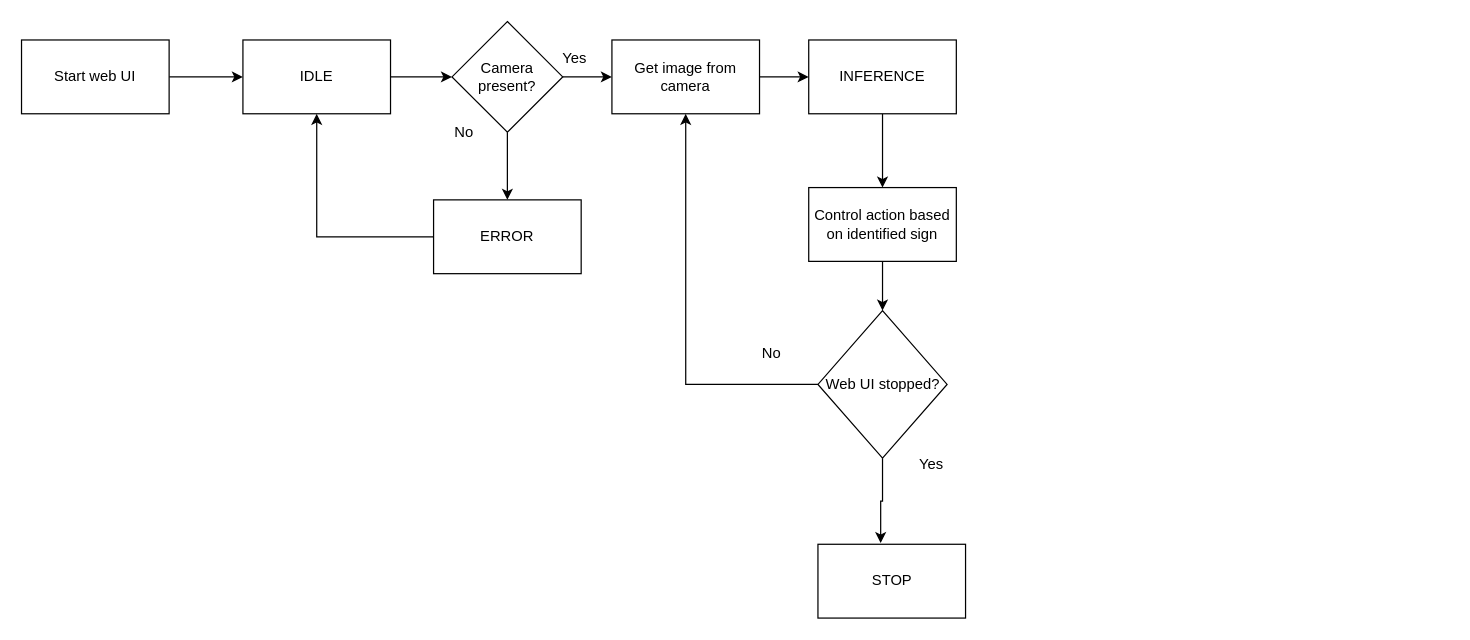
Above: docs/state_machine.drawio in gabi200/proiect-rn (draw.io), before the change. Source tidied: cells renumbered, new cells numbered last; positions are measured from the earlier drawing's top-left corner, leaving out a move shared by most shapes. Both pictures are drawn from the tidied source at 123%, with x=0, y=0 at pixel (21, 21).
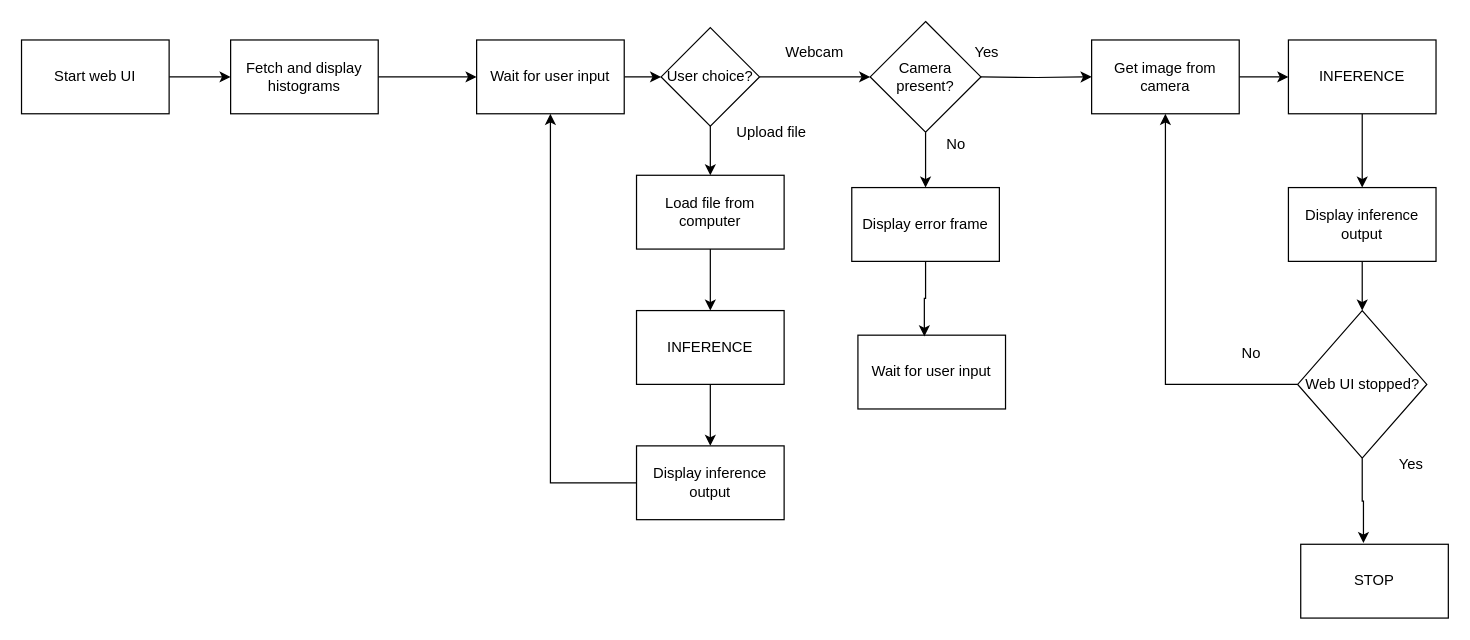
The same diagram, later.

The change refers to these unchanged cells:
```xml
<mxCell id="3" value="Start web UI" style="rounded=0;whiteSpace=wrap;html=1;" parent="1" vertex="1">
  <mxGeometry y="15" width="120" height="60" as="geometry" />
</mxCell>
```

The edit, as a diff of the source:
```diff
@@
-    <mxCell id="2" style="edgeStyle=orthogonalEdgeStyle;rounded=0;jettySize=auto;html=1;entryX=0;entryY=0.5;entryDx=0;entryDy=0;" parent="1" edge="1" source="3" target="5">
-      <mxGeometry relative="1" as="geometry" />
-    </mxCell>
+    <mxCell id="25" style="edgeStyle=orthogonalEdgeStyle;rounded=0;jettySize=auto;html=1;entryX=0;entryY=0.5;entryDx=0;entryDy=0;" parent="1" edge="1" source="3" target="27">
+      <mxGeometry relative="1" as="geometry" />
+    </mxCell>
@@
-    <mxCell id="4" style="edgeStyle=orthogonalEdgeStyle;rounded=0;jettySize=auto;html=1;entryX=0;entryY=0.5;entryDx=0;entryDy=0;" parent="1" edge="1" source="5" target="20">
-      <mxGeometry relative="1" as="geometry" />
-    </mxCell>
-    <mxCell id="5" value="IDLE" style="rounded=0;whiteSpace=wrap;html=1;" parent="1" vertex="1">
-      <mxGeometry x="180" y="15" width="120" height="60" as="geometry" />
-    </mxCell>
@@
     <mxCell id="7" value="Get image from camera" style="rounded=0;whiteSpace=wrap;html=1;" parent="1" vertex="1">
-      <mxGeometry x="480" y="15" width="120" height="60" as="geometry" />
+      <mxGeometry x="870" y="15" width="120" height="60" as="geometry" />
     </mxCell>
@@
     <mxCell id="9" value="INFERENCE" style="rounded=0;whiteSpace=wrap;html=1;" parent="1" vertex="1">
-      <mxGeometry x="640" y="15" width="120" height="60" as="geometry" />
+      <mxGeometry x="1030" y="15" width="120" height="60" as="geometry" />
     </mxCell>
@@
-    <mxCell id="11" value="Control action based on identified sign" style="rounded=0;whiteSpace=wrap;html=1;" parent="1" vertex="1">
-      <mxGeometry x="640" y="135" width="120" height="60" as="geometry" />
+    <mxCell id="11" value="Display inference output" style="rounded=0;whiteSpace=wrap;html=1;" parent="1" vertex="1">
+      <mxGeometry x="1030" y="135" width="120" height="60" as="geometry" />
     </mxCell>
@@
     <mxCell id="13" value="Web UI stopped?" style="rhombus;whiteSpace=wrap;html=1;" parent="1" vertex="1">
-      <mxGeometry x="647.5" y="235" width="105" height="120" as="geometry" />
+      <mxGeometry x="1037.5" y="235" width="105" height="120" as="geometry" />
     </mxCell>
     <mxCell id="14" value="STOP" style="rounded=0;whiteSpace=wrap;html=1;" parent="1" vertex="1">
-      <mxGeometry x="647.5" y="425" width="120" height="60" as="geometry" />
+      <mxGeometry x="1040" y="425" width="120" height="60" as="geometry" />
     </mxCell>
@@
     <mxCell id="16" value="Yes" style="text;html=1;whiteSpace=wrap;strokeColor=none;fillColor=none;align=center;verticalAlign=middle;rounded=0;" parent="1" vertex="1">
-      <mxGeometry x="710" y="345" width="60" height="30" as="geometry" />
+      <mxGeometry x="1100" y="345" width="60" height="30" as="geometry" />
     </mxCell>
     <mxCell id="17" value="No" style="text;html=1;whiteSpace=wrap;strokeColor=none;fillColor=none;align=center;verticalAlign=middle;rounded=0;" parent="1" vertex="1">
-      <mxGeometry x="580" y="255" width="60" height="30" as="geometry" />
+      <mxGeometry x="970" y="255" width="60" height="30" as="geometry" />
     </mxCell>
-    <mxCell id="18" style="edgeStyle=orthogonalEdgeStyle;rounded=0;jettySize=auto;html=1;entryX=0;entryY=0.5;entryDx=0;entryDy=0;" parent="1" edge="1" source="20" target="7">
-      <mxGeometry relative="1" as="geometry" />
-    </mxCell>
@@
     <mxCell id="20" value="Camera present?" style="rhombus;whiteSpace=wrap;html=1;" parent="1" vertex="1">
-      <mxGeometry x="350" width="90" height="90" as="geometry" />
+      <mxGeometry x="690" width="90" height="90" as="geometry" />
     </mxCell>
+    <mxCell id="24" value="Display error frame" style="rounded=0;whiteSpace=wrap;html=1;" parent="1" vertex="1">
+      <mxGeometry x="675" y="135" width="120" height="60" as="geometry" />
+    </mxCell>
     <mxCell id="21" value="Yes" style="text;html=1;whiteSpace=wrap;strokeColor=none;fillColor=none;align=center;verticalAlign=middle;rounded=0;" parent="1" vertex="1">
-      <mxGeometry x="420" y="15" width="60" height="30" as="geometry" />
+      <mxGeometry x="765" y="10" width="40" height="30" as="geometry" />
     </mxCell>
     <mxCell id="22" value="No" style="text;html=1;whiteSpace=wrap;strokeColor=none;fillColor=none;align=center;verticalAlign=middle;rounded=0;" parent="1" vertex="1">
-      <mxGeometry x="330" y="75" width="60" height="30" as="geometry" />
+      <mxGeometry x="740" y="85" width="40" height="30" as="geometry" />
     </mxCell>
-    <mxCell id="23" style="edgeStyle=orthogonalEdgeStyle;rounded=0;jettySize=auto;html=1;entryX=0.5;entryY=1;entryDx=0;entryDy=0;" parent="1" edge="1" source="24" target="5">
-      <mxGeometry relative="1" as="geometry" />
-    </mxCell>
-    <mxCell id="24" value="ERROR" style="rounded=0;whiteSpace=wrap;html=1;" parent="1" vertex="1">
-      <mxGeometry x="335" y="145" width="120" height="60" as="geometry" />
-    </mxCell>
+    <mxCell id="26" style="edgeStyle=orthogonalEdgeStyle;rounded=0;jettySize=auto;html=1;entryX=0;entryY=0.5;entryDx=0;entryDy=0;" parent="1" edge="1" source="27">
+      <mxGeometry relative="1" as="geometry">
+        <mxPoint x="370" y="45" as="targetPoint" />
+      </mxGeometry>
+    </mxCell>
+    <mxCell id="27" value="Fetch and display histograms" style="rounded=0;whiteSpace=wrap;html=1;" parent="1" vertex="1">
+      <mxGeometry x="170" y="15" width="120" height="60" as="geometry" />
+    </mxCell>
+    <mxCell id="28" style="edgeStyle=orthogonalEdgeStyle;rounded=0;jettySize=auto;html=1;entryX=0;entryY=0.5;entryDx=0;entryDy=0;" parent="1" edge="1" target="7">
+      <mxGeometry relative="1" as="geometry">
+        <mxPoint x="780" y="45" as="sourcePoint" />
+      </mxGeometry>
+    </mxCell>
+    <mxCell id="29" style="edgeStyle=orthogonalEdgeStyle;rounded=0;jettySize=auto;html=1;entryX=0;entryY=0.5;entryDx=0;entryDy=0;" parent="1" edge="1" source="31">
+      <mxGeometry relative="1" as="geometry">
+        <mxPoint x="690" y="45" as="targetPoint" />
+      </mxGeometry>
+    </mxCell>
+    <mxCell id="30" style="edgeStyle=orthogonalEdgeStyle;rounded=0;jettySize=auto;html=1;entryX=0.5;entryY=0;entryDx=0;entryDy=0;" parent="1" edge="1" source="31" target="35">
+      <mxGeometry relative="1" as="geometry" />
+    </mxCell>
+    <mxCell id="31" value="User choice?" style="rhombus;whiteSpace=wrap;html=1;" parent="1" vertex="1">
+      <mxGeometry x="520" y="5" width="80" height="80" as="geometry" />
+    </mxCell>
+    <mxCell id="32" value="Webcam" style="text;html=1;whiteSpace=wrap;strokeColor=none;fillColor=none;align=center;verticalAlign=middle;rounded=0;" parent="1" vertex="1">
+      <mxGeometry x="610" y="10" width="70" height="30" as="geometry" />
+    </mxCell>
+    <mxCell id="33" value="Upload file" style="text;html=1;whiteSpace=wrap;strokeColor=none;fillColor=none;align=center;verticalAlign=middle;rounded=0;" parent="1" vertex="1">
+      <mxGeometry x="570" y="75" width="80" height="30" as="geometry" />
+    </mxCell>
+    <mxCell id="34" style="edgeStyle=orthogonalEdgeStyle;rounded=0;jettySize=auto;html=1;entryX=0.5;entryY=0;entryDx=0;entryDy=0;" parent="1" edge="1" source="35" target="37">
+      <mxGeometry relative="1" as="geometry" />
+    </mxCell>
+    <mxCell id="35" value="Load file from computer" style="rounded=0;whiteSpace=wrap;html=1;" parent="1" vertex="1">
+      <mxGeometry x="500" y="125" width="120" height="60" as="geometry" />
+    </mxCell>
+    <mxCell id="36" style="edgeStyle=orthogonalEdgeStyle;rounded=0;jettySize=auto;html=1;entryX=0.5;entryY=0;entryDx=0;entryDy=0;" parent="1" edge="1" source="37" target="39">
+      <mxGeometry relative="1" as="geometry" />
+    </mxCell>
+    <mxCell id="37" value="INFERENCE" style="rounded=0;whiteSpace=wrap;html=1;" parent="1" vertex="1">
+      <mxGeometry x="500" y="235" width="120" height="60" as="geometry" />
+    </mxCell>
+    <mxCell id="38" style="edgeStyle=orthogonalEdgeStyle;rounded=0;jettySize=auto;html=1;entryX=0.5;entryY=1;entryDx=0;entryDy=0;" parent="1" edge="1" source="39" target="41">
+      <mxGeometry relative="1" as="geometry" />
+    </mxCell>
+    <mxCell id="39" value="Display inference output" style="rounded=0;whiteSpace=wrap;html=1;" parent="1" vertex="1">
+      <mxGeometry x="500" y="345" width="120" height="60" as="geometry" />
+    </mxCell>
+    <mxCell id="40" style="edgeStyle=orthogonalEdgeStyle;rounded=0;jettySize=auto;html=1;entryX=0;entryY=0.5;entryDx=0;entryDy=0;" parent="1" edge="1" source="41" target="31">
+      <mxGeometry relative="1" as="geometry" />
+    </mxCell>
+    <mxCell id="41" value="Wait for user input" style="rounded=0;whiteSpace=wrap;html=1;" parent="1" vertex="1">
+      <mxGeometry x="370" y="15" width="120" height="60" as="geometry" />
+    </mxCell>
+    <mxCell id="42" value="Wait for user input" style="rounded=0;whiteSpace=wrap;html=1;" parent="1" vertex="1">
+      <mxGeometry x="680" y="255" width="120" height="60" as="geometry" />
+    </mxCell>
+    <mxCell id="43" style="edgeStyle=orthogonalEdgeStyle;rounded=0;jettySize=auto;html=1;entryX=0.45;entryY=0.017;entryDx=0;entryDy=0;entryPerimeter=0;" parent="1" edge="1" source="24" target="42">
+      <mxGeometry relative="1" as="geometry" />
+    </mxCell>
```
